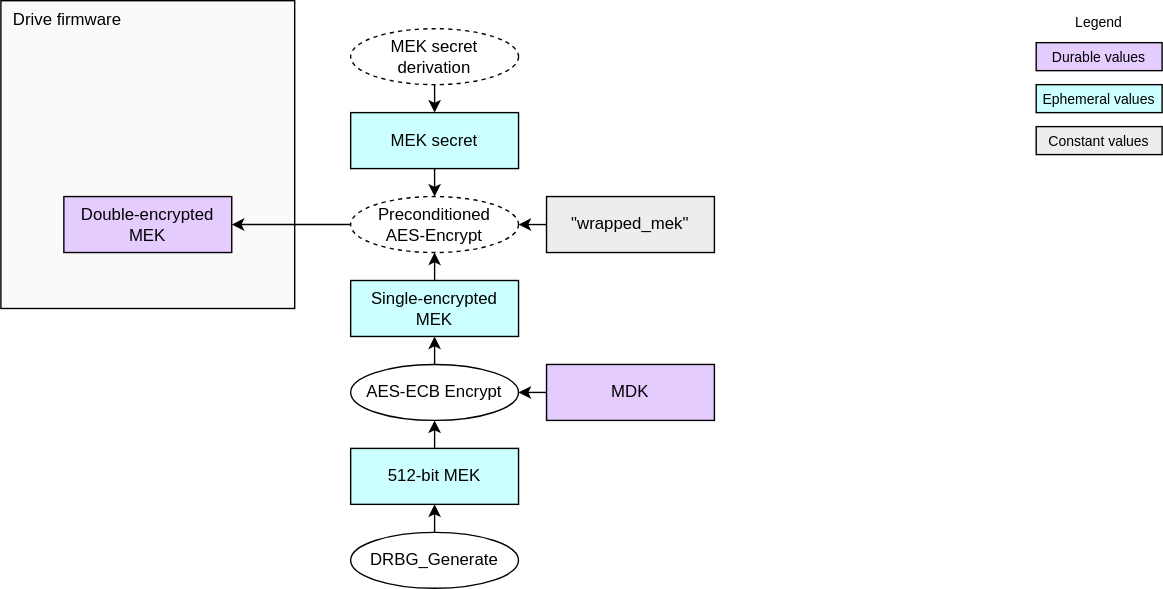
This is doc/ocp_lock/diagrams/mek_generate.drawio.svg from chipsalliance/Caliptra, a draw.io export, as it was before one commit. Source tidied: cells renumbered, new cells last; positions are measured from the earlier drawing's top-left corner, leaving out a move shared by most shapes.
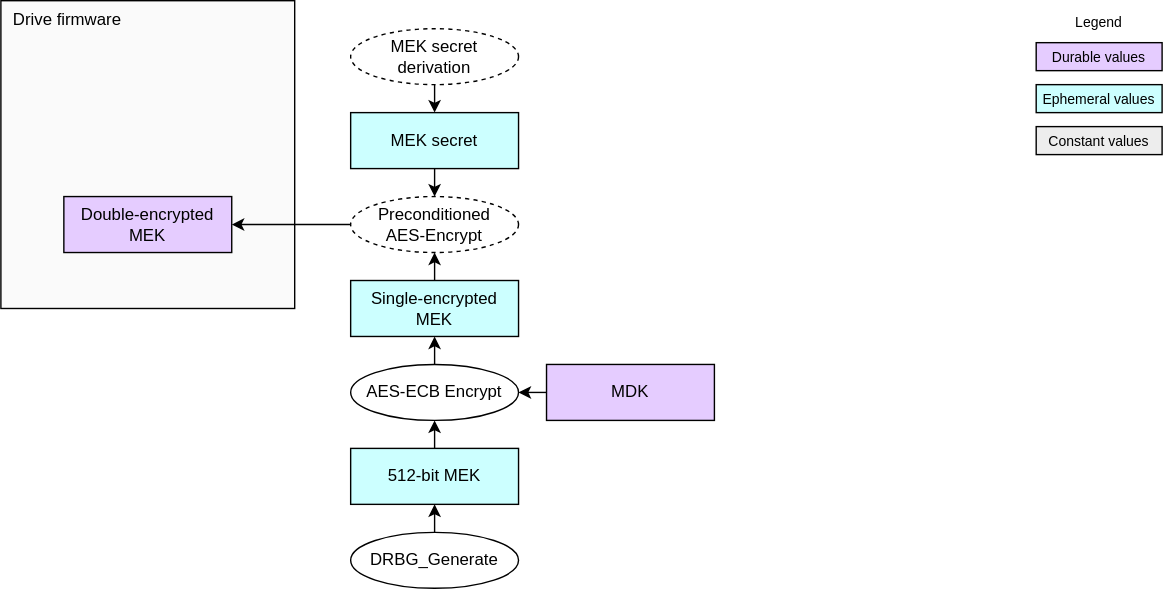
After the change.

What changed in the source:
```diff
@@ -38,9 +38,6 @@
     <mxCell id="13" value="Preconditioned&lt;div&gt;AES-Encrypt&lt;/div&gt;" style="ellipse;whiteSpace=wrap;html=1;fillColor=#FFFFFF;dashed=1;" parent="1" vertex="1">
       <mxGeometry x="250" y="140" width="120" height="40" as="geometry" />
     </mxCell>
-    <mxCell id="14" style="edgeStyle=none;html=1;exitX=0;exitY=0.5;exitDx=0;exitDy=0;entryX=1;entryY=0.5;entryDx=0;entryDy=0;" parent="1" edge="1" source="19" target="13">
-      <mxGeometry relative="1" as="geometry" />
-    </mxCell>
     <mxCell id="15" value="&lt;div&gt;&lt;font color=&quot;#000000&quot;&gt;MEK secret&lt;/font&gt;&lt;/div&gt;" style="rounded=0;whiteSpace=wrap;html=1;align=center;verticalAlign=middle;shadow=0;glass=0;spacingLeft=0;spacingBottom=0;spacingTop=0;fillColor=#CCFFFF;" parent="1" vertex="1">
       <mxGeometry x="250" y="80" width="120" height="40" as="geometry" />
     </mxCell>
@@ -53,9 +50,6 @@
     <mxCell id="18" value="&lt;div&gt;&lt;font color=&quot;#000000&quot;&gt;Constant values&lt;/font&gt;&lt;/div&gt;" style="rounded=0;whiteSpace=wrap;html=1;align=center;verticalAlign=middle;shadow=0;glass=0;spacingLeft=0;spacingBottom=0;spacingTop=0;fillColor=#EDEDED;fontSize=10;" parent="1" vertex="1">
       <mxGeometry x="740" y="90" width="90" height="20" as="geometry" />
     </mxCell>
-    <mxCell id="19" value="&lt;div&gt;&lt;font color=&quot;#000000&quot;&gt;&quot;wrapped_mek&quot;&lt;/font&gt;&lt;/div&gt;" style="rounded=0;whiteSpace=wrap;html=1;align=center;verticalAlign=middle;shadow=0;glass=0;spacingLeft=0;spacingBottom=0;spacingTop=0;fillColor=#EDEDED;" parent="1" vertex="1">
-      <mxGeometry x="390" y="140" width="120" height="40" as="geometry" />
-    </mxCell>
     <mxCell id="20" style="edgeStyle=none;html=1;exitX=0.5;exitY=0;exitDx=0;exitDy=0;entryX=0.5;entryY=1;entryDx=0;entryDy=0;" parent="1" edge="1" source="22" target="9">
       <mxGeometry relative="1" as="geometry" />
     </mxCell>
```
